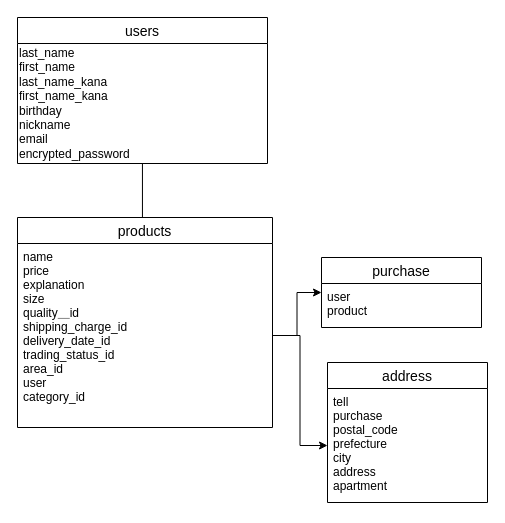
Above: furima.dio in kousu0530/furima-29586 (draw.io), before the change. Source tidied: cells renumbered, new cells numbered last; positions are measured from the earlier drawing's top-left corner, leaving out a move shared by most shapes. Both pictures are drawn from the tidied source at 100%, with x=0, y=0 at pixel (17, 17).
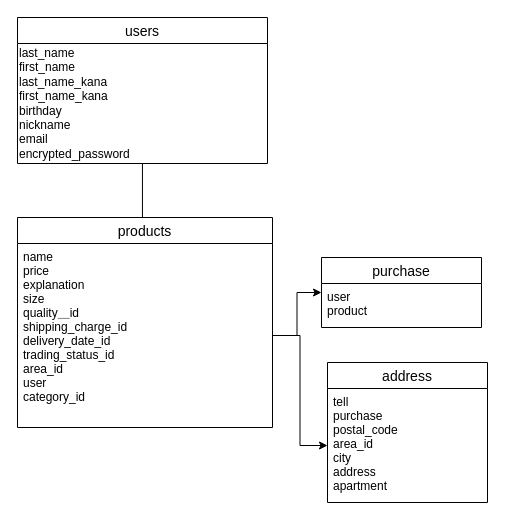
Above is the later version.

What changed in the source:
```diff
@@
 <mxGraphModel>
   <root>
     <mxCell id="0" />
     <mxCell id="1" parent="0" />
     <mxCell id="2" style="edgeStyle=orthogonalEdgeStyle;rounded=0;jettySize=auto;html=1;entryX=0.49;entryY=0.048;entryDx=0;entryDy=0;entryPerimeter=0;" parent="1" edge="1" source="3" target="6">
       <mxGeometry relative="1" as="geometry" />
     </mxCell>
     <mxCell id="3" value="users" style="swimlane;fontStyle=0;horizontal=1;startSize=26;align=center;fontSize=14;" parent="1" vertex="1">
       <mxGeometry width="250" height="146" as="geometry" />
     </mxCell>
     <mxCell id="4" value="last_name&amp;nbsp;&lt;br&gt;first_name&lt;br&gt;last_name_kana&lt;br&gt;first_name_kana&lt;br&gt;birthday&lt;br&gt;nickname&lt;br&gt;email&lt;br&gt;encrypted_password" style="text;html=1;align=left;verticalAlign=middle;" parent="3" vertex="1">
       <mxGeometry y="26" width="250" height="120" as="geometry" />
     </mxCell>
     <mxCell id="5" value="&lt;h1&gt;&lt;br&gt;&lt;/h1&gt;" style="text;html=1;align=center;verticalAlign=middle;" parent="1" vertex="1">
       <mxGeometry x="80" y="95" width="20" height="50" as="geometry" />
     </mxCell>
     <mxCell id="6" value="products" style="swimlane;fontStyle=0;horizontal=1;startSize=26;align=center;fontSize=14;strokeWidth=1;" parent="1" vertex="1">
       <mxGeometry y="200" width="255" height="210" as="geometry" />
     </mxCell>
     <mxCell id="7" value="name&#10;price&#10;explanation&#10;size&#10;quality＿id&#10;shipping_charge_id&#10;delivery_date_id&#10;trading_status_id&#10;area_id&#10;user&#10;category_id&#10;" style="text;strokeColor=none;fillColor=none;spacingLeft=4;spacingRight=4;overflow=hidden;points=[[0,0.5],[1,0.5]];portConstraint=eastwest;fontSize=12;" parent="6" vertex="1">
       <mxGeometry y="26" width="255" height="184" as="geometry" />
     </mxCell>
     <mxCell id="8" value="purchase" style="swimlane;fontStyle=0;horizontal=1;startSize=26;align=center;fontSize=14;strokeWidth=1;" parent="1" vertex="1">
       <mxGeometry x="304" y="240" width="160" height="70" as="geometry" />
     </mxCell>
     <mxCell id="9" value="user&#10;product" style="text;strokeColor=none;fillColor=none;spacingLeft=4;spacingRight=4;overflow=hidden;fontSize=12;" parent="8" vertex="1">
       <mxGeometry y="26" width="160" height="44" as="geometry" />
     </mxCell>
     <mxCell id="10" style="edgeStyle=orthogonalEdgeStyle;rounded=0;jettySize=auto;html=1;exitX=1;exitY=0.5;exitDx=0;exitDy=0;entryX=0;entryY=0.5;entryDx=0;entryDy=0;" parent="1" edge="1" source="7" target="8">
       <mxGeometry relative="1" as="geometry" />
     </mxCell>
     <mxCell id="11" value="address" style="swimlane;fontStyle=0;horizontal=1;startSize=26;align=center;fontSize=14;strokeWidth=1;" parent="1" vertex="1">
       <mxGeometry x="310" y="345" width="160" height="140" as="geometry" />
     </mxCell>
-    <mxCell id="12" value="tell&#10;purchase&#10;postal_code&#10;prefecture&#10;city&#10;address&#10;apartment" style="text;strokeColor=none;fillColor=none;spacingLeft=4;spacingRight=4;overflow=hidden;points=[[0,0.5],[1,0.5]];portConstraint=eastwest;fontSize=12;" parent="11" vertex="1">
+    <mxCell id="12" value="tell&#10;purchase&#10;postal_code&#10;area_id&#10;city&#10;address&#10;apartment" style="text;strokeColor=none;fillColor=none;spacingLeft=4;spacingRight=4;overflow=hidden;points=[[0,0.5],[1,0.5]];portConstraint=eastwest;fontSize=12;" parent="11" vertex="1">
       <mxGeometry y="26" width="160" height="114" as="geometry" />
     </mxCell>
     <mxCell id="13" style="edgeStyle=orthogonalEdgeStyle;rounded=0;jettySize=auto;html=1;exitX=1;exitY=0.5;exitDx=0;exitDy=0;" parent="1" edge="1" source="7" target="12">
       <mxGeometry relative="1" as="geometry" />
     </mxCell>
   </root>
 </mxGraphModel>
```
